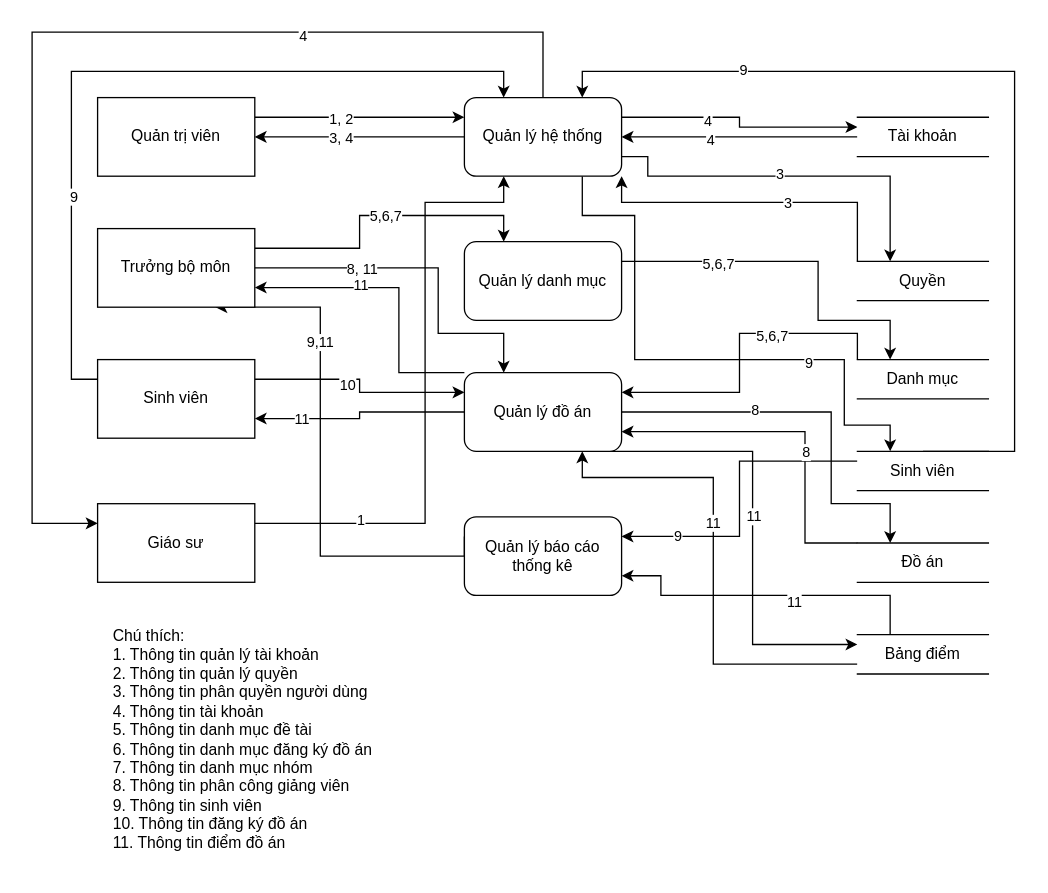
Before: page "Page-2" (2 of 2) of Untitled Diagram.drawio in nghiafl1/spring-boot-learning, a draw.io diagram. Source tidied: cells renumbered, new cells numbered last; positions are measured from the earlier drawing's top-left corner, leaving out a move shared by most shapes. Both pictures are drawn from the tidied source at 131%, with x=0, y=0 at pixel (31, 31).
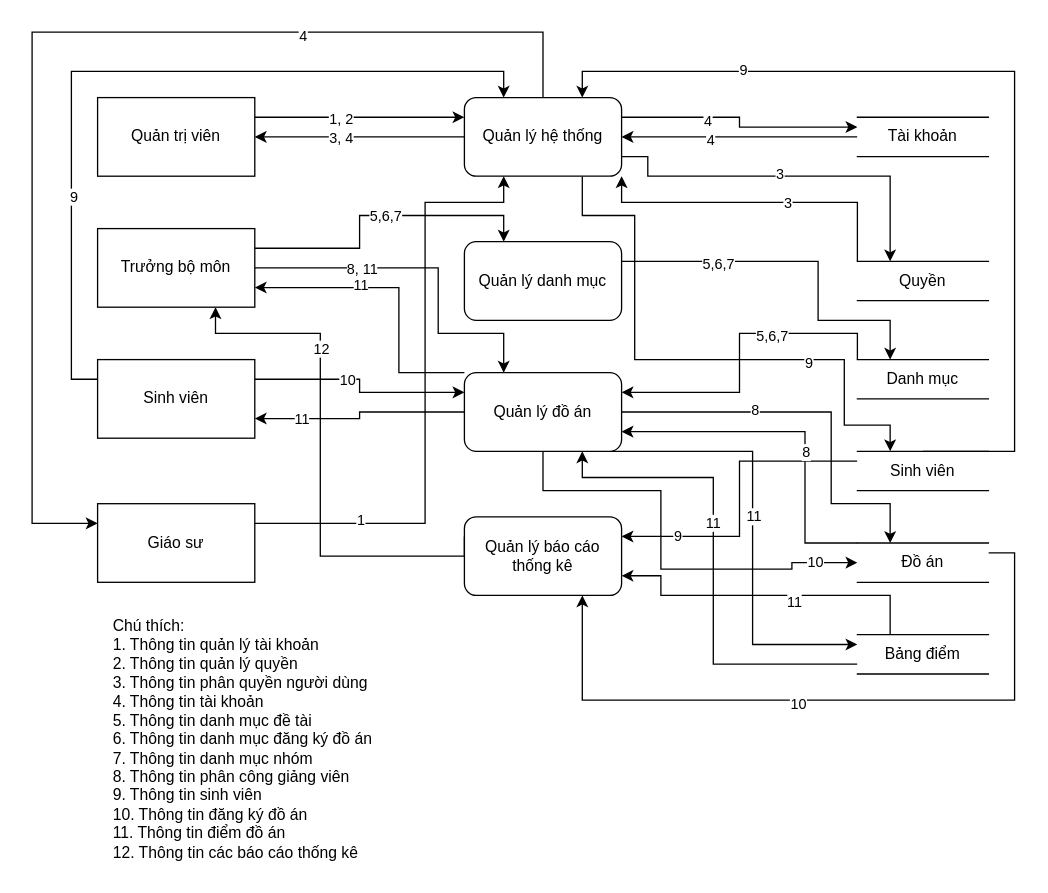
The same page after the edit.

The change refers to these unchanged cells:
```xml
<mxCell id="24" value="Quản lý đồ án" style="rounded=1;whiteSpace=wrap;html=1;" parent="1" vertex="1">
  <mxGeometry x="330" y="260" width="120" height="60" as="geometry" />
</mxCell>
<mxCell id="27" value="Quản lý báo cáo thống kê" style="rounded=1;whiteSpace=wrap;html=1;" parent="1" vertex="1">
  <mxGeometry x="330" y="370" width="120" height="60" as="geometry" />
</mxCell>
<mxCell id="35" value="Trưởng bộ môn" style="rounded=0;whiteSpace=wrap;html=1;" parent="1" vertex="1">
  <mxGeometry x="50" y="150" width="120" height="60" as="geometry" />
</mxCell>
<mxCell id="38" style="edgeStyle=orthogonalEdgeStyle;rounded=0;jettySize=auto;html=1;exitX=1;exitY=0.25;exitDx=0;exitDy=0;entryX=0;entryY=0.25;entryDx=0;entryDy=0;" parent="1" edge="1" source="40" target="24">
  <mxGeometry relative="1" as="geometry" />
</mxCell>
<mxCell id="61" value="Đồ án" style="html=1;dashed=0;whiteSpace=wrap;shape=partialRectangle;right=0;left=0;" parent="1" vertex="1">
  <mxGeometry x="630" y="390" width="100" height="30" as="geometry" />
</mxCell>
```

The edit, as a diff of the source:
```diff
@@
+    <mxCell id="67" style="edgeStyle=orthogonalEdgeStyle;rounded=0;jettySize=auto;html=1;exitX=0.5;exitY=1;exitDx=0;exitDy=0;entryX=0;entryY=0.5;entryDx=0;entryDy=0;" parent="1" edge="1" source="24" target="61">
+      <mxGeometry relative="1" as="geometry">
+        <Array as="points">
+          <mxPoint x="390" y="350" />
+          <mxPoint x="480" y="350" />
+          <mxPoint x="480" y="410" />
+          <mxPoint x="580" y="410" />
+          <mxPoint x="580" y="405" />
+        </Array>
+      </mxGeometry>
+    </mxCell>
+    <mxCell id="68" value="10" style="edgeLabel;html=1;align=center;verticalAlign=middle;" parent="67" vertex="1">
+      <mxGeometry x="0.8" y="1" relative="1" as="geometry" />
+    </mxCell>
@@
     <mxCell id="25" style="edgeStyle=orthogonalEdgeStyle;rounded=0;jettySize=auto;html=1;exitX=0;exitY=0.25;exitDx=0;exitDy=0;entryX=0.75;entryY=1;entryDx=0;entryDy=0;" parent="1" edge="1" source="27" target="35">
       <mxGeometry relative="1" as="geometry">
         <Array as="points">
           <mxPoint x="330" y="400" />
           <mxPoint x="220" y="400" />
-          <mxPoint x="220" y="210" />
+          <mxPoint x="220" y="230" />
+          <mxPoint x="140" y="230" />
         </Array>
       </mxGeometry>
     </mxCell>
-    <mxCell id="26" value="9,11" style="edgeLabel;html=1;align=center;verticalAlign=middle;" parent="25" vertex="1">
+    <mxCell id="26" value="12" style="edgeLabel;html=1;align=center;verticalAlign=middle;" parent="25" vertex="1">
       <mxGeometry x="0.47" y="1" relative="1" as="geometry">
-        <mxPoint y="1" as="offset" />
+        <mxPoint x="1" y="6" as="offset" />
       </mxGeometry>
     </mxCell>
@@
     <mxCell id="39" value="10" style="edgeLabel;html=1;align=center;verticalAlign=middle;" parent="38" vertex="1">
-      <mxGeometry x="-0.18" y="-4" relative="1" as="geometry" />
+      <mxGeometry x="-0.18" y="-4" relative="1" as="geometry">
+        <mxPoint y="-4" as="offset" />
+      </mxGeometry>
     </mxCell>
@@
-    <mxCell id="50" value="Chú thích:&lt;div&gt;1. Thông tin quản lý tài khoản&lt;/div&gt;&lt;div&gt;2. Thông tin quản lý quyền&lt;/div&gt;&lt;div&gt;3. Thông tin phân quyền người dùng&lt;/div&gt;&lt;div&gt;4. Thông tin tài khoản&lt;/div&gt;&lt;div&gt;5. Thông tin danh mục đề tài&lt;/div&gt;&lt;div&gt;6. Thông tin danh mục đăng ký đồ án&lt;/div&gt;&lt;div&gt;7. Thông tin danh mục nhóm&lt;/div&gt;&lt;div&gt;8. Thông tin phân công giảng viên&lt;/div&gt;&lt;div&gt;9. Thông tin sinh viên&lt;/div&gt;&lt;div&gt;10. Thông tin đăng ký đồ án&lt;/div&gt;&lt;div&gt;11. Thông tin điểm đồ án&lt;/div&gt;" style="text;html=1;align=left;verticalAlign=middle;whiteSpace=wrap;rounded=0;" parent="1" vertex="1">
+    <mxCell id="50" value="Chú thích:&lt;div&gt;1. Thông tin quản lý tài khoản&lt;/div&gt;&lt;div&gt;2. Thông tin quản lý quyền&lt;/div&gt;&lt;div&gt;3. Thông tin phân quyền người dùng&lt;/div&gt;&lt;div&gt;4. Thông tin tài khoản&lt;/div&gt;&lt;div&gt;5. Thông tin danh mục đề tài&lt;/div&gt;&lt;div&gt;6. Thông tin danh mục đăng ký đồ án&lt;/div&gt;&lt;div&gt;7. Thông tin danh mục nhóm&lt;/div&gt;&lt;div&gt;8. Thông tin phân công giảng viên&lt;/div&gt;&lt;div&gt;9. Thông tin sinh viên&lt;/div&gt;&lt;div&gt;10. Thông tin đăng ký đồ án&lt;/div&gt;&lt;div&gt;11. Thông tin điểm đồ án&lt;/div&gt;&lt;div&gt;12. Thông tin các báo cáo thống kê&lt;/div&gt;" style="text;html=1;align=left;verticalAlign=middle;whiteSpace=wrap;rounded=0;" parent="1" vertex="1">
       <mxGeometry x="60" y="440" width="240" height="200" as="geometry" />
     </mxCell>
@@
+    <mxCell id="69" style="edgeStyle=orthogonalEdgeStyle;rounded=0;jettySize=auto;html=1;exitX=1;exitY=0.25;exitDx=0;exitDy=0;entryX=0.75;entryY=1;entryDx=0;entryDy=0;" parent="1" edge="1" source="61" target="27">
+      <mxGeometry relative="1" as="geometry">
+        <Array as="points">
+          <mxPoint x="750" y="398" />
+          <mxPoint x="750" y="510" />
+          <mxPoint x="420" y="510" />
+        </Array>
+      </mxGeometry>
+    </mxCell>
+    <mxCell id="70" value="10" style="edgeLabel;html=1;align=center;verticalAlign=middle;" parent="69" vertex="1">
+      <mxGeometry x="0.1" y="2" relative="1" as="geometry" />
+    </mxCell>
```
